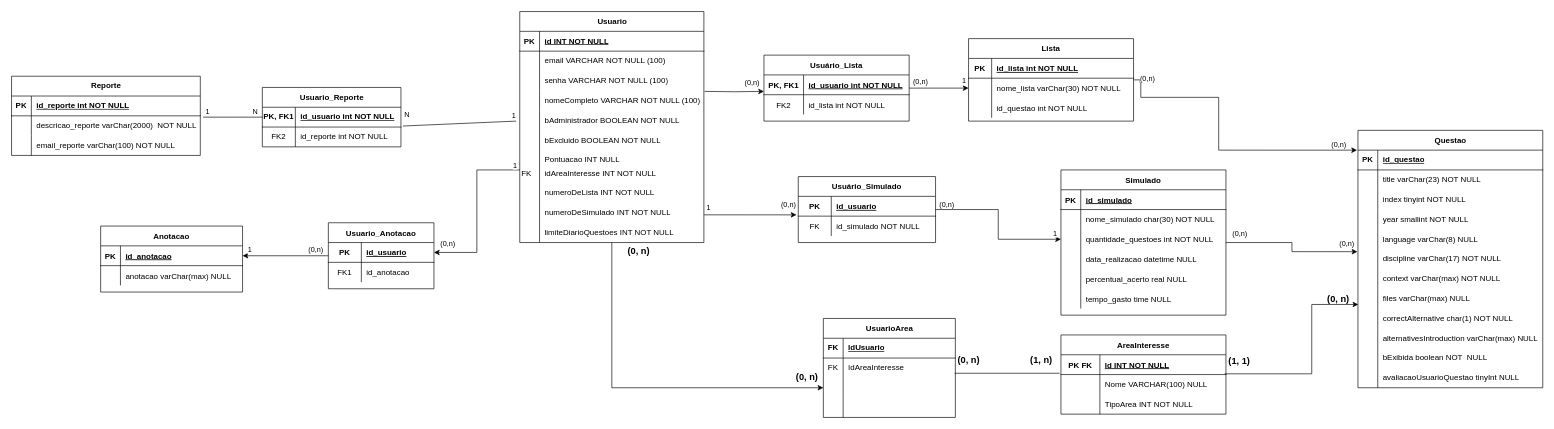
Earlier version of the draw.io diagram DIAGRAMA ER.drawio (augustorazani/QENEM-UML-Diagram). Source tidied: cells renumbered, new cells numbered last; positions are measured from the earlier drawing's top-left corner, leaving out a move shared by most shapes. Both pictures are drawn from the tidied source at 66%, with x=0, y=0 at pixel (11, 11).
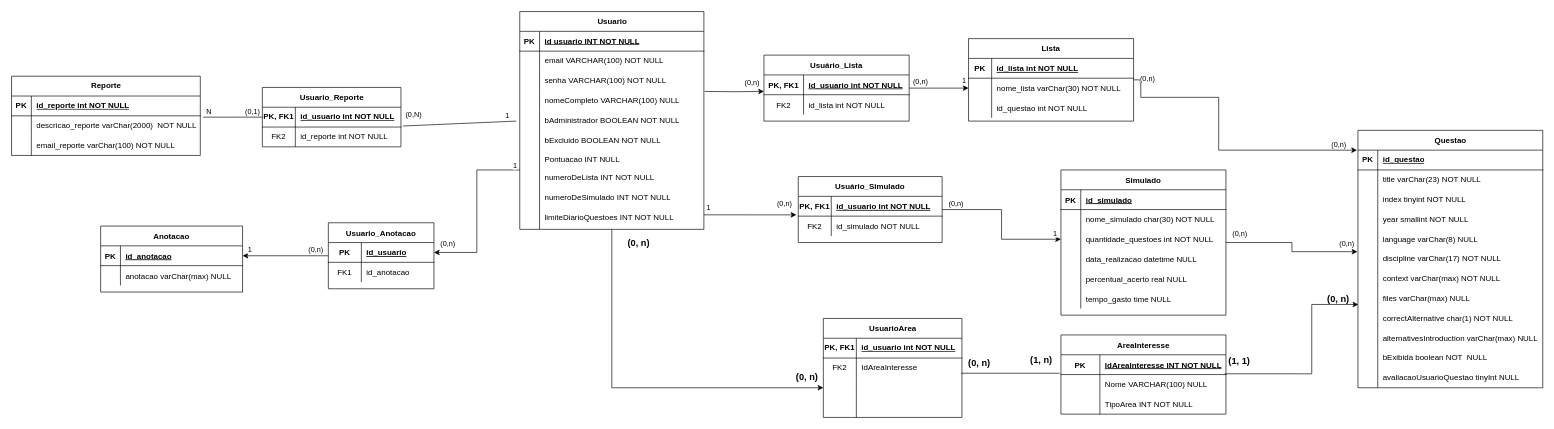
The same diagram, later.

The change refers to these unchanged cells:
```xml
<mxCell id="44" style="endArrow=none;html=1;rounded=0;entryX=0;entryY=0.5;entryDx=0;entryDy=0;exitX=1.015;exitY=0.067;exitDx=0;exitDy=0;exitPerimeter=0;" parent="1" edge="1" source="38" target="28">
  <mxGeometry relative="1" as="geometry" />
</mxCell>
<mxCell id="90" style="shape=tableRow;horizontal=0;startSize=0;swimlaneHead=0;swimlaneBody=0;fillColor=none;top=0;left=0;right=0;bottom=1;" parent="89" vertex="1">
  <mxGeometry y="30" width="279" height="30" as="geometry" />
</mxCell>
<mxCell id="93" style="shape=tableRow;horizontal=0;startSize=0;swimlaneHead=0;swimlaneBody=0;fillColor=none;top=0;left=0;right=0;bottom=0;" parent="89" vertex="1">
  <mxGeometry y="60" width="279" height="30" as="geometry" />
</mxCell>
<mxCell id="96" style="shape=tableRow;horizontal=0;startSize=0;swimlaneHead=0;swimlaneBody=0;fillColor=none;top=0;left=0;right=0;bottom=0;" parent="89" vertex="1">
  <mxGeometry y="90" width="279" height="30" as="geometry" />
</mxCell>
<mxCell id="99" style="shape=tableRow;horizontal=0;startSize=0;swimlaneHead=0;swimlaneBody=0;fillColor=none;top=0;left=0;right=0;bottom=0;" parent="89" vertex="1">
  <mxGeometry y="120" width="279" height="30" as="geometry" />
</mxCell>
<mxCell id="170" style="shape=partialRectangle;fillColor=none;top=0;left=0;right=0;bottom=1;" parent="169" vertex="1">
  <mxGeometry y="30" width="250" height="30" as="geometry" />
</mxCell>
```

What changed in the source:
```diff
@@
-    <mxCell id="45" value="1" style="edgeLabel;html=1;align=center;verticalAlign=middle;" parent="44" vertex="1">
+    <mxCell id="45" value="(0,1)" style="edgeLabel;html=1;align=center;verticalAlign=middle;" parent="44" vertex="1">
       <mxGeometry x="-0.78" y="2" relative="1" as="geometry">
-        <mxPoint x="-4" y="-8" as="offset" />
+        <mxPoint x="64" y="-8" as="offset" />
       </mxGeometry>
     </mxCell>
@@
     <mxCell id="47" value="N" style="edgeLabel;html=1;align=center;verticalAlign=middle;" parent="1" vertex="1">
-      <mxGeometry x="350" y="160" as="geometry">
+      <mxGeometry x="280" y="160" as="geometry">
         <mxPoint x="18" y="-10" as="offset" />
       </mxGeometry>
     </mxCell>
-    <mxCell id="48" value="N" style="edgeLabel;html=1;align=center;verticalAlign=middle;" parent="1" vertex="1">
-      <mxGeometry x="580" y="166" as="geometry">
+    <mxCell id="48" value="(0,N)" style="edgeLabel;html=1;align=center;verticalAlign=middle;" parent="1" vertex="1">
+      <mxGeometry x="590" y="166" as="geometry">
         <mxPoint x="18" y="-10" as="offset" />
       </mxGeometry>
     </mxCell>
     <mxCell id="49" value="1" style="edgeLabel;html=1;align=center;verticalAlign=middle;" parent="1" vertex="1">
-      <mxGeometry x="440" y="150" as="geometry">
+      <mxGeometry x="430" y="150" as="geometry">
         <mxPoint x="320" y="7" as="offset" />
       </mxGeometry>
     </mxCell>
@@
     <mxCell id="89" value="Usuario" style="shape=table;startSize=30;childLayout=tableLayout;rowLines=0;fontStyle=1;align=center;html=1;" parent="1" vertex="1">
-      <mxGeometry x="770" width="279" height="350" as="geometry" />
+      <mxGeometry x="770" width="279" height="330" as="geometry" />
     </mxCell>
@@
-    <mxCell id="92" value="id INT NOT NULL" style="shape=partialRectangle;fillColor=none;top=0;left=0;bottom=0;right=0;align=left;spacingLeft=6;fontStyle=5;overflow=hidden;whiteSpace=wrap;html=1;" parent="90" vertex="1">
+    <mxCell id="92" value="id usuario INT NOT NULL" style="shape=partialRectangle;fillColor=none;top=0;left=0;bottom=0;right=0;align=left;spacingLeft=6;fontStyle=5;overflow=hidden;whiteSpace=wrap;html=1;" parent="90" vertex="1">
       <mxGeometry x="30" width="249" height="30" as="geometry" />
     </mxCell>
@@
-    <mxCell id="95" value="email VARCHAR NOT NULL (100)" style="shape=partialRectangle;fillColor=none;top=0;left=0;bottom=0;right=0;align=left;spacingLeft=6;overflow=hidden;whiteSpace=wrap;html=1;" parent="93" vertex="1">
+    <mxCell id="95" value="email VARCHAR(100)&amp;nbsp;NOT NULL&amp;nbsp;" style="shape=partialRectangle;fillColor=none;top=0;left=0;bottom=0;right=0;align=left;spacingLeft=6;overflow=hidden;whiteSpace=wrap;html=1;" parent="93" vertex="1">
       <mxGeometry x="30" width="249" height="30" as="geometry" />
     </mxCell>
@@
-    <mxCell id="98" value="senha VARCHAR NOT NULL (100)" style="shape=partialRectangle;fillColor=none;top=0;left=0;bottom=0;right=0;align=left;spacingLeft=6;overflow=hidden;whiteSpace=wrap;html=1;" parent="96" vertex="1">
+    <mxCell id="98" value="senha VARCHAR(100) NOT NULL&amp;nbsp;" style="shape=partialRectangle;fillColor=none;top=0;left=0;bottom=0;right=0;align=left;spacingLeft=6;overflow=hidden;whiteSpace=wrap;html=1;" parent="96" vertex="1">
       <mxGeometry x="30" width="249" height="30" as="geometry" />
     </mxCell>
@@
-    <mxCell id="101" value="nomeCompleto VARCHAR NOT NULL (100)" style="shape=partialRectangle;fillColor=none;top=0;left=0;bottom=0;right=0;align=left;spacingLeft=6;overflow=hidden;whiteSpace=wrap;html=1;" parent="99" vertex="1">
+    <mxCell id="101" value="nomeCompleto VARCHAR(100) NULL" style="shape=partialRectangle;fillColor=none;top=0;left=0;bottom=0;right=0;align=left;spacingLeft=6;overflow=hidden;whiteSpace=wrap;html=1;" parent="99" vertex="1">
       <mxGeometry x="30" width="249" height="30" as="geometry" />
     </mxCell>
@@
-    <mxCell id="112" value="idAreaInteresse INT NOT NULL" style="shape=partialRectangle;fillColor=none;top=0;left=0;bottom=0;right=0;align=left;spacingLeft=6;overflow=hidden;whiteSpace=wrap;html=1;" parent="1" vertex="1">
-      <mxGeometry x="800" y="230" width="249" height="30" as="geometry" />
-    </mxCell>
     <mxCell id="113" value="numeroDeLista INT NOT NULL" style="shape=partialRectangle;fillColor=none;top=0;left=0;bottom=0;right=0;align=left;spacingLeft=6;overflow=hidden;whiteSpace=wrap;html=1;" parent="1" vertex="1">
-      <mxGeometry x="800" y="260" width="249" height="30" as="geometry" />
+      <mxGeometry x="800" y="237" width="249" height="30" as="geometry" />
     </mxCell>
     <mxCell id="114" value="numeroDeSimulado INT NOT NULL" style="shape=partialRectangle;fillColor=none;top=0;left=0;bottom=0;right=0;align=left;spacingLeft=6;overflow=hidden;whiteSpace=wrap;html=1;" parent="1" vertex="1">
-      <mxGeometry x="800" y="290" width="249" height="30" as="geometry" />
+      <mxGeometry x="800" y="267" width="249" height="30" as="geometry" />
     </mxCell>
     <mxCell id="115" value="limiteDiarioQuestoes INT NOT NULL" style="shape=partialRectangle;fillColor=none;top=0;left=0;bottom=0;right=0;align=left;spacingLeft=6;overflow=hidden;whiteSpace=wrap;html=1;" parent="1" vertex="1">
-      <mxGeometry x="800" y="320" width="249" height="30" as="geometry" />
+      <mxGeometry x="800" y="297" width="249" height="30" as="geometry" />
     </mxCell>
-    <mxCell id="116" value="FK" style="text;html=1;align=center;verticalAlign=middle;strokeColor=none;fillColor=none;" parent="1" vertex="1">
-      <mxGeometry x="760" y="230" width="40" height="30" as="geometry" />
-    </mxCell>
     <mxCell id="117" style="endArrow=none;html=1;rounded=0;" parent="1" edge="1">
       <mxGeometry relative="1" as="geometry">
-        <mxPoint x="800" y="350" as="sourcePoint" />
+        <mxPoint x="800" y="330" as="sourcePoint" />
         <mxPoint x="800" y="150" as="targetPoint" />
       </mxGeometry>
     </mxCell>
@@
     <mxCell id="138" value="Usuário_Simulado" style="shape=table;startSize=30;childLayout=tableLayout;rowLines=0;fontStyle=1;align=center;" parent="1" vertex="1">
-      <mxGeometry x="1192" y="250" width="208" height="100" as="geometry" />
+      <mxGeometry x="1192" y="250" width="218" height="100" as="geometry" />
     </mxCell>
     <mxCell id="139" style="shape=partialRectangle;fillColor=none;top=0;left=0;right=0;bottom=1;" parent="138" vertex="1">
-      <mxGeometry y="30" width="208" height="30" as="geometry" />
+      <mxGeometry y="30" width="218" height="30" as="geometry" />
     </mxCell>
-    <mxCell id="140" value="PK" style="shape=partialRectangle;overflow=hidden;fillColor=none;top=0;left=0;bottom=0;right=0;fontStyle=1;" parent="139" vertex="1">
+    <mxCell id="140" value="PK, FK1" style="shape=partialRectangle;overflow=hidden;fillColor=none;top=0;left=0;bottom=0;right=0;fontStyle=1;" parent="139" vertex="1">
       <mxGeometry width="50" height="30" as="geometry" />
     </mxCell>
-    <mxCell id="141" value="id_usuario" style="shape=partialRectangle;overflow=hidden;fillColor=none;top=0;left=0;bottom=0;right=0;align=left;spacingLeft=6;fontStyle=5;" parent="139" vertex="1">
-      <mxGeometry x="50" width="158" height="30" as="geometry" />
+    <mxCell id="141" value="id_usuario int NOT NULL" style="shape=partialRectangle;overflow=hidden;fillColor=none;top=0;left=0;bottom=0;right=0;align=left;spacingLeft=6;fontStyle=5;" parent="139" vertex="1">
+      <mxGeometry x="50" width="168" height="30" as="geometry" />
     </mxCell>
     <mxCell id="142" style="shape=partialRectangle;fillColor=none;points=[[0,0.5],[1,0.5]];portConstraint=eastwest;top=0;left=0;right=0;bottom=0;" parent="138" vertex="1">
-      <mxGeometry y="60" width="208" height="30" as="geometry" />
+      <mxGeometry y="60" width="218" height="30" as="geometry" />
     </mxCell>
-    <mxCell id="143" value="FK" style="shape=partialRectangle;overflow=hidden;fillColor=none;top=0;left=0;bottom=0;right=0;" parent="142" vertex="1">
+    <mxCell id="143" value="FK2" style="shape=partialRectangle;overflow=hidden;fillColor=none;top=0;left=0;bottom=0;right=0;" parent="142" vertex="1">
       <mxGeometry width="50" height="30" as="geometry" />
     </mxCell>
     <mxCell id="144" value="id_simulado NOT NULL" style="shape=partialRectangle;overflow=hidden;fillColor=none;top=0;left=0;bottom=0;right=0;align=left;spacingLeft=6;" parent="142" vertex="1">
-      <mxGeometry x="50" width="158" height="30" as="geometry" />
+      <mxGeometry x="50" width="168" height="30" as="geometry" />
     </mxCell>
@@
     <mxCell id="147" value="(0,n)" style="edgeLabel;html=1;align=center;verticalAlign=middle;" parent="1" vertex="1">
-      <mxGeometry x="1176" y="291" as="geometry" />
+      <mxGeometry x="1170" y="290" as="geometry" />
     </mxCell>
     <mxCell id="148" value="(0,n)" style="edgeLabel;html=1;align=center;verticalAlign=middle;" parent="1" vertex="1">
-      <mxGeometry x="1416" y="291" as="geometry" />
+      <mxGeometry x="1430" y="290" as="geometry" />
     </mxCell>
@@
-    <mxCell id="171" value="PK FK" style="shape=partialRectangle;overflow=hidden;fillColor=none;top=0;left=0;bottom=0;right=0;fontStyle=1;" parent="170" vertex="1">
+    <mxCell id="171" value="PK" style="shape=partialRectangle;overflow=hidden;fillColor=none;top=0;left=0;bottom=0;right=0;fontStyle=1;" parent="170" vertex="1">
       <mxGeometry width="59" height="30" as="geometry" />
     </mxCell>
-    <mxCell id="172" value="Id INT NOT NULL " style="shape=partialRectangle;overflow=hidden;fillColor=none;top=0;left=0;bottom=0;right=0;align=left;spacingLeft=6;fontStyle=5;" parent="170" vertex="1">
+    <mxCell id="172" value="IdAreaInteresse INT NOT NULL " style="shape=partialRectangle;overflow=hidden;fillColor=none;top=0;left=0;bottom=0;right=0;align=left;spacingLeft=6;fontStyle=5;" parent="170" vertex="1">
       <mxGeometry x="59" width="191" height="30" as="geometry" />
     </mxCell>
@@
     <mxCell id="179" value="UsuarioArea" style="shape=table;startSize=30;childLayout=tableLayout;rowLines=0;fontStyle=1;align=center;html=1;" parent="1" vertex="1">
-      <mxGeometry x="1230" y="465" width="200" height="150" as="geometry" />
+      <mxGeometry x="1230" y="465" width="210" height="150" as="geometry" />
     </mxCell>
     <mxCell id="180" style="shape=tableRow;horizontal=0;startSize=0;swimlaneHead=0;swimlaneBody=0;fillColor=none;top=0;left=0;right=0;bottom=1;" parent="179" vertex="1">
-      <mxGeometry y="30" width="200" height="30" as="geometry" />
+      <mxGeometry y="30" width="210" height="30" as="geometry" />
     </mxCell>
-    <mxCell id="181" value="FK" style="shape=partialRectangle;fillColor=none;top=0;left=0;bottom=0;right=0;fontStyle=1;overflow=hidden;whiteSpace=wrap;html=1;" parent="180" vertex="1">
-      <mxGeometry width="30" height="30" as="geometry" />
+    <mxCell id="181" value="PK, FK1" style="shape=partialRectangle;fillColor=none;top=0;left=0;bottom=0;right=0;fontStyle=1;overflow=hidden;whiteSpace=wrap;html=1;" parent="180" vertex="1">
+      <mxGeometry width="50" height="30" as="geometry" />
     </mxCell>
-    <mxCell id="182" value="IdUsuario" style="shape=partialRectangle;fillColor=none;top=0;left=0;bottom=0;right=0;align=left;spacingLeft=6;fontStyle=5;overflow=hidden;whiteSpace=wrap;html=1;" parent="180" vertex="1">
-      <mxGeometry x="30" width="170" height="30" as="geometry" />
+    <mxCell id="182" value="id_usuario int NOT NULL" style="shape=partialRectangle;fillColor=none;top=0;left=0;bottom=0;right=0;align=left;spacingLeft=6;fontStyle=5;overflow=hidden;whiteSpace=wrap;html=1;" parent="180" vertex="1">
+      <mxGeometry x="50" width="160" height="30" as="geometry" />
     </mxCell>
     <mxCell id="183" style="shape=tableRow;horizontal=0;startSize=0;swimlaneHead=0;swimlaneBody=0;fillColor=none;points=[[0,0.5],[1,0.5]];portConstraint=eastwest;top=0;left=0;right=0;bottom=0;" parent="179" vertex="1">
-      <mxGeometry y="60" width="200" height="30" as="geometry" />
+      <mxGeometry y="60" width="210" height="30" as="geometry" />
     </mxCell>
-    <mxCell id="184" value="FK" style="shape=partialRectangle;fillColor=none;top=0;left=0;bottom=0;right=0;overflow=hidden;whiteSpace=wrap;html=1;" parent="183" vertex="1">
-      <mxGeometry width="30" height="30" as="geometry" />
+    <mxCell id="184" value="FK2" style="shape=partialRectangle;fillColor=none;top=0;left=0;bottom=0;right=0;overflow=hidden;whiteSpace=wrap;html=1;" parent="183" vertex="1">
+      <mxGeometry width="50" height="30" as="geometry" />
     </mxCell>
     <mxCell id="185" value="IdAreaInteresse" style="shape=partialRectangle;fillColor=none;top=0;left=0;bottom=0;right=0;align=left;spacingLeft=6;overflow=hidden;whiteSpace=wrap;html=1;" parent="183" vertex="1">
-      <mxGeometry x="30" width="170" height="30" as="geometry" />
+      <mxGeometry x="50" width="160" height="30" as="geometry" />
     </mxCell>
     <mxCell id="186" style="shape=tableRow;horizontal=0;startSize=0;swimlaneHead=0;swimlaneBody=0;fillColor=none;points=[[0,0.5],[1,0.5]];portConstraint=eastwest;top=0;left=0;right=0;bottom=0;" parent="179" vertex="1">
-      <mxGeometry y="90" width="200" height="30" as="geometry" />
+      <mxGeometry y="90" width="210" height="30" as="geometry" />
     </mxCell>
     <mxCell id="187" style="shape=partialRectangle;fillColor=none;top=0;left=0;bottom=0;right=0;overflow=hidden;whiteSpace=wrap;html=1;" parent="186" vertex="1">
-      <mxGeometry width="30" height="30" as="geometry" />
+      <mxGeometry width="50" height="30" as="geometry" />
     </mxCell>
     <mxCell id="188" style="shape=partialRectangle;fillColor=none;top=0;left=0;bottom=0;right=0;align=left;spacingLeft=6;overflow=hidden;whiteSpace=wrap;html=1;" parent="186" vertex="1">
-      <mxGeometry x="30" width="170" height="30" as="geometry" />
+      <mxGeometry x="50" width="160" height="30" as="geometry" />
     </mxCell>
     <mxCell id="189" style="shape=tableRow;horizontal=0;startSize=0;swimlaneHead=0;swimlaneBody=0;fillColor=none;top=0;left=0;right=0;bottom=0;" parent="179" vertex="1">
-      <mxGeometry y="120" width="200" height="30" as="geometry" />
+      <mxGeometry y="120" width="210" height="30" as="geometry" />
     </mxCell>
     <mxCell id="190" style="shape=partialRectangle;fillColor=none;top=0;left=0;bottom=0;right=0;overflow=hidden;whiteSpace=wrap;html=1;" parent="189" vertex="1">
-      <mxGeometry width="30" height="30" as="geometry" />
+      <mxGeometry width="50" height="30" as="geometry" />
     </mxCell>
     <mxCell id="191" style="shape=partialRectangle;fillColor=none;top=0;left=0;bottom=0;right=0;align=left;spacingLeft=6;overflow=hidden;whiteSpace=wrap;html=1;" parent="189" vertex="1">
-      <mxGeometry x="30" width="170" height="30" as="geometry" />
+      <mxGeometry x="50" width="160" height="30" as="geometry" />
     </mxCell>
@@
     <mxCell id="193" value="&lt;font style=&quot;font-size: 14px;&quot;&gt;(0, n)&lt;/font&gt;" style="text;strokeColor=none;fillColor=none;html=1;fontSize=24;fontStyle=1;verticalAlign=middle;align=center;" parent="1" vertex="1">
-      <mxGeometry x="900" y="340" width="100" height="40" as="geometry" />
+      <mxGeometry x="900" y="327" width="100" height="40" as="geometry" />
     </mxCell>
@@
     <mxCell id="195" value="&lt;font style=&quot;font-size: 14px;&quot;&gt;(0, n)&lt;/font&gt;" style="text;strokeColor=none;fillColor=none;html=1;fontSize=24;fontStyle=1;verticalAlign=middle;align=center;" parent="1" vertex="1">
-      <mxGeometry x="1400" y="505" width="100" height="40" as="geometry" />
+      <mxGeometry x="1416" y="510" width="100" height="40" as="geometry" />
     </mxCell>
```
